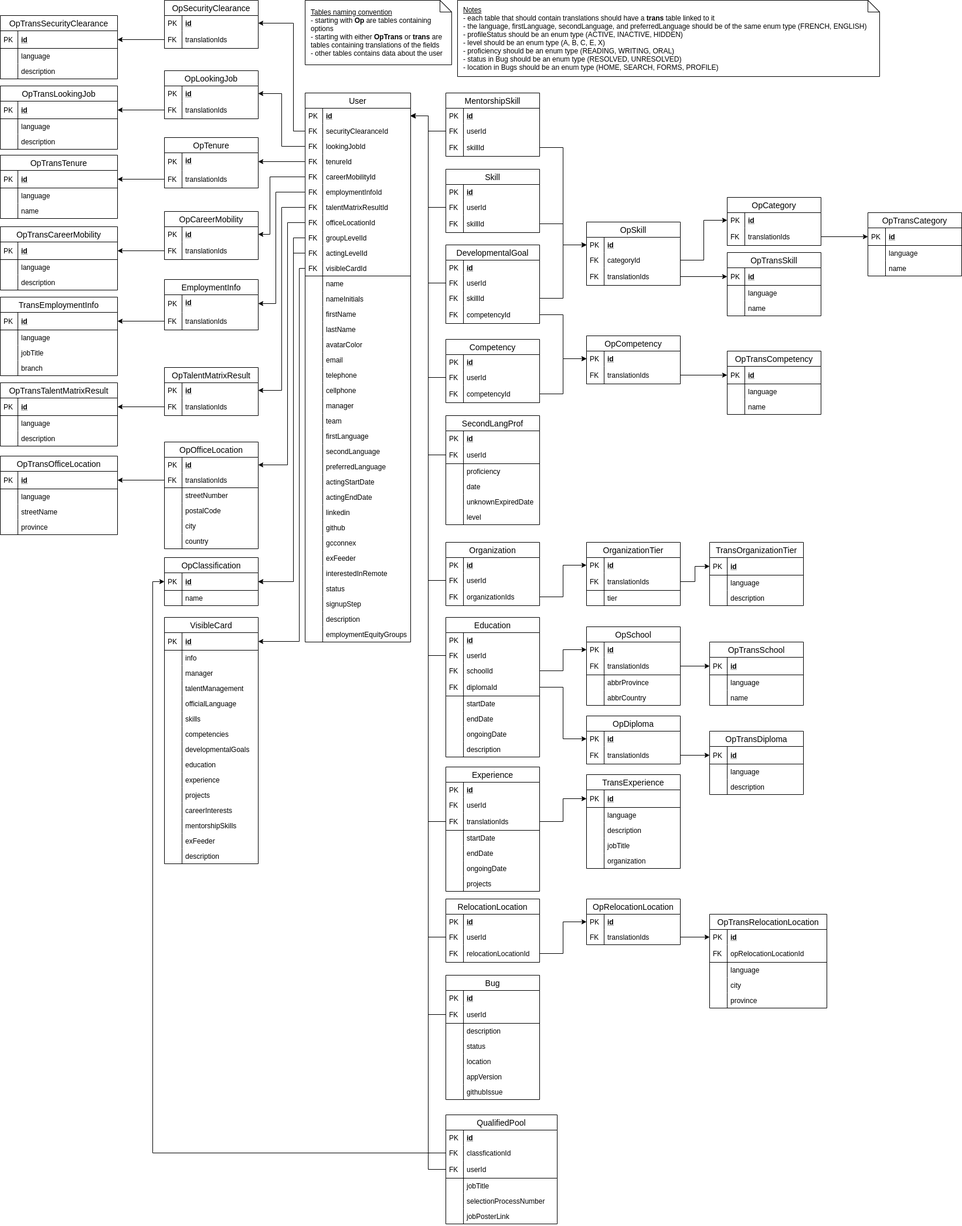
Before: services/backend/src/docs/I-Talent database-v3 Relational Diagram.png, a diagram exported from draw.io (CDH-Studio/I-Talent). Source tidied: cells renumbered, new cells last; positions are measured from the earlier drawing's top-left corner, leaving out a move shared by most shapes.
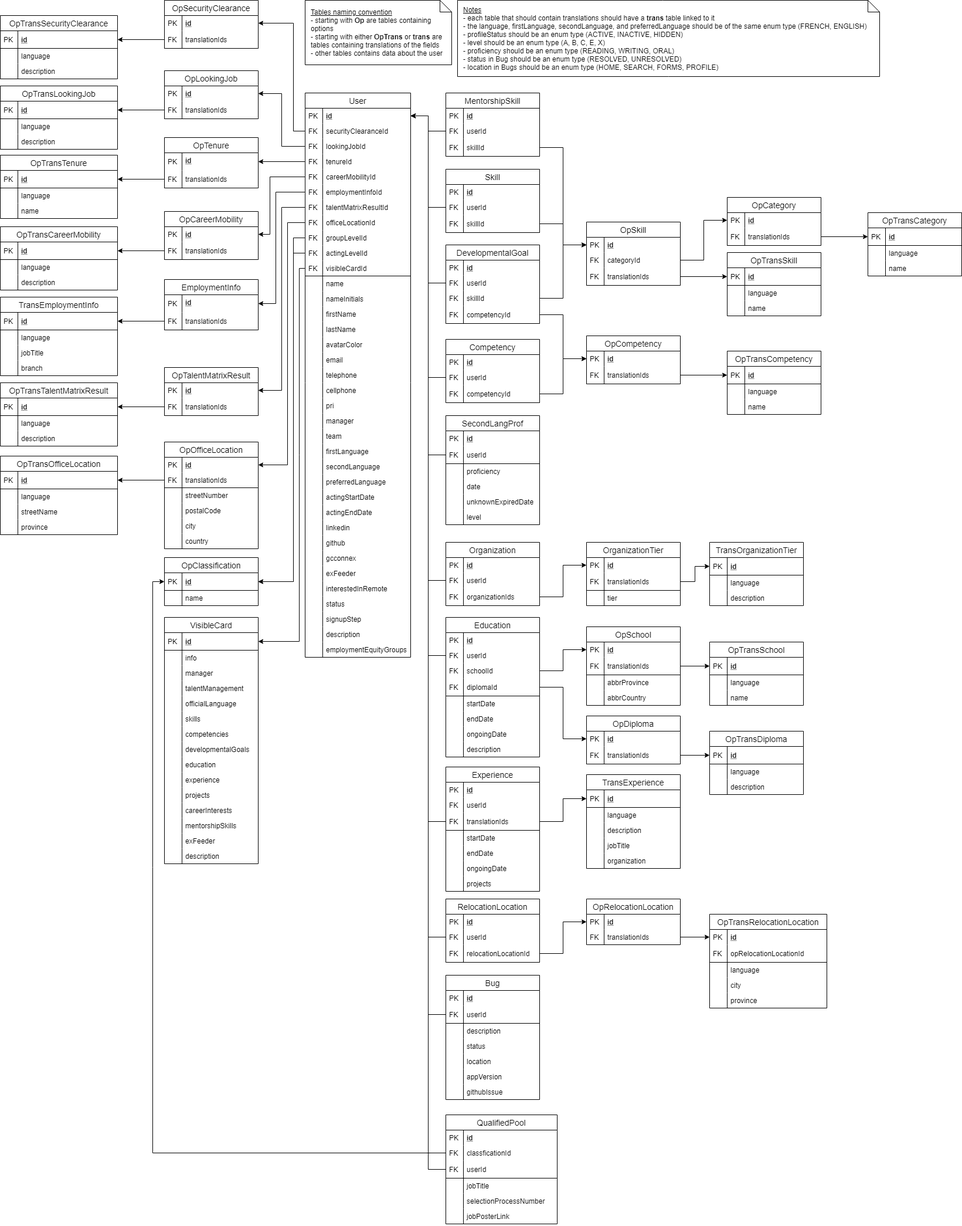
After the commit.

The edit, as a diff of the source:
```diff
@@ -160,7 +160,7 @@
       <mxGeometry relative="1" as="geometry" />
     </mxCell>
     <mxCell id="41" value="User" style="swimlane;fontStyle=0;horizontal=1;startSize=26;align=center;fontSize=14;" parent="1" vertex="1">
-      <mxGeometry x="520" y="158" width="180" height="936" as="geometry" />
+      <mxGeometry x="520" y="158" width="180" height="962" as="geometry" />
     </mxCell>
     <mxCell id="42" value="id" style="shape=partialRectangle;top=0;left=0;right=0;bottom=0;align=left;verticalAlign=top;fillColor=none;spacingLeft=34;spacingRight=4;overflow=hidden;points=[[0,0.5],[1,0.5]];portConstraint=eastwest;fontSize=12;fontStyle=5;" parent="41" vertex="1">
       <mxGeometry y="26" width="180" height="26" as="geometry" />
@@ -276,98 +276,104 @@
     <mxCell id="79" style="shape=partialRectangle;top=0;left=0;bottom=0;fillColor=none;align=left;verticalAlign=top;spacingLeft=4;spacingRight=4;overflow=hidden;fontSize=12;" parent="78" vertex="1">
       <mxGeometry width="30" height="26" as="geometry" />
     </mxCell>
+    <mxCell id="478" value="pri" style="shape=partialRectangle;top=0;left=0;right=0;bottom=0;align=left;verticalAlign=top;fillColor=none;spacingLeft=34;spacingRight=4;overflow=hidden;fontSize=12;" parent="41" vertex="1">
+      <mxGeometry y="520" width="180" height="26" as="geometry" />
+    </mxCell>
+    <mxCell id="479" style="shape=partialRectangle;top=0;left=0;bottom=0;fillColor=none;align=left;verticalAlign=top;spacingLeft=4;spacingRight=4;overflow=hidden;fontSize=12;" parent="478" vertex="1">
+      <mxGeometry width="30" height="26" as="geometry" />
+    </mxCell>
     <mxCell id="80" value="manager" style="shape=partialRectangle;top=0;left=0;right=0;bottom=0;align=left;verticalAlign=top;fillColor=none;spacingLeft=34;spacingRight=4;overflow=hidden;fontSize=12;" parent="41" vertex="1">
-      <mxGeometry y="520" width="180" height="26" as="geometry" />
+      <mxGeometry y="546" width="180" height="26" as="geometry" />
     </mxCell>
     <mxCell id="81" style="shape=partialRectangle;top=0;left=0;bottom=0;fillColor=none;align=left;verticalAlign=top;spacingLeft=4;spacingRight=4;overflow=hidden;fontSize=12;" parent="80" vertex="1">
       <mxGeometry width="30" height="26" as="geometry" />
     </mxCell>
     <mxCell id="82" value="team" style="shape=partialRectangle;top=0;left=0;right=0;bottom=0;align=left;verticalAlign=top;fillColor=none;spacingLeft=34;spacingRight=4;overflow=hidden;fontSize=12;" parent="41" vertex="1">
-      <mxGeometry y="546" width="180" height="26" as="geometry" />
+      <mxGeometry y="572" width="180" height="26" as="geometry" />
     </mxCell>
     <mxCell id="83" style="shape=partialRectangle;top=0;left=0;bottom=0;fillColor=none;align=left;verticalAlign=top;spacingLeft=4;spacingRight=4;overflow=hidden;fontSize=12;" parent="82" vertex="1">
       <mxGeometry width="30" height="26" as="geometry" />
     </mxCell>
     <mxCell id="84" value="firstLanguage" style="shape=partialRectangle;top=0;left=0;right=0;bottom=0;align=left;verticalAlign=top;fillColor=none;spacingLeft=34;spacingRight=4;overflow=hidden;fontSize=12;" parent="41" vertex="1">
-      <mxGeometry y="572" width="180" height="26" as="geometry" />
+      <mxGeometry y="598" width="180" height="26" as="geometry" />
     </mxCell>
     <mxCell id="85" style="shape=partialRectangle;top=0;left=0;bottom=0;fillColor=none;align=left;verticalAlign=top;spacingLeft=4;spacingRight=4;overflow=hidden;fontSize=12;" parent="84" vertex="1">
       <mxGeometry width="30" height="26" as="geometry" />
     </mxCell>
     <mxCell id="86" value="secondLanguage" style="shape=partialRectangle;top=0;left=0;right=0;bottom=0;align=left;verticalAlign=top;fillColor=none;spacingLeft=34;spacingRight=4;overflow=hidden;fontSize=12;" parent="41" vertex="1">
-      <mxGeometry y="598" width="180" height="26" as="geometry" />
+      <mxGeometry y="624" width="180" height="26" as="geometry" />
     </mxCell>
     <mxCell id="87" style="shape=partialRectangle;top=0;left=0;bottom=0;fillColor=none;align=left;verticalAlign=top;spacingLeft=4;spacingRight=4;overflow=hidden;fontSize=12;" parent="86" vertex="1">
       <mxGeometry width="30" height="26" as="geometry" />
     </mxCell>
     <mxCell id="88" value="preferredLanguage" style="shape=partialRectangle;top=0;left=0;right=0;bottom=0;align=left;verticalAlign=top;fillColor=none;spacingLeft=34;spacingRight=4;overflow=hidden;fontSize=12;" parent="41" vertex="1">
-      <mxGeometry y="624" width="180" height="26" as="geometry" />
+      <mxGeometry y="650" width="180" height="26" as="geometry" />
     </mxCell>
     <mxCell id="89" style="shape=partialRectangle;top=0;left=0;bottom=0;fillColor=none;align=left;verticalAlign=top;spacingLeft=4;spacingRight=4;overflow=hidden;fontSize=12;" parent="88" vertex="1">
       <mxGeometry width="30" height="26" as="geometry" />
     </mxCell>
     <mxCell id="90" value="actingStartDate" style="shape=partialRectangle;top=0;left=0;right=0;bottom=0;align=left;verticalAlign=top;fillColor=none;spacingLeft=34;spacingRight=4;overflow=hidden;fontSize=12;" parent="41" vertex="1">
-      <mxGeometry y="650" width="180" height="26" as="geometry" />
+      <mxGeometry y="676" width="180" height="26" as="geometry" />
     </mxCell>
     <mxCell id="91" style="shape=partialRectangle;top=0;left=0;bottom=0;fillColor=none;align=left;verticalAlign=top;spacingLeft=4;spacingRight=4;overflow=hidden;fontSize=12;" parent="90" vertex="1">
       <mxGeometry width="30" height="26" as="geometry" />
     </mxCell>
     <mxCell id="92" value="actingEndDate&#10;" style="shape=partialRectangle;top=0;left=0;right=0;bottom=0;align=left;verticalAlign=top;fillColor=none;spacingLeft=34;spacingRight=4;overflow=hidden;fontSize=12;" parent="41" vertex="1">
-      <mxGeometry y="676" width="180" height="26" as="geometry" />
+      <mxGeometry y="702" width="180" height="26" as="geometry" />
     </mxCell>
     <mxCell id="93" style="shape=partialRectangle;top=0;left=0;bottom=0;fillColor=none;align=left;verticalAlign=top;spacingLeft=4;spacingRight=4;overflow=hidden;fontSize=12;" parent="92" vertex="1">
       <mxGeometry width="30" height="26" as="geometry" />
     </mxCell>
     <mxCell id="94" value="linkedin" style="shape=partialRectangle;top=0;left=0;right=0;bottom=0;align=left;verticalAlign=top;fillColor=none;spacingLeft=34;spacingRight=4;overflow=hidden;fontSize=12;" parent="41" vertex="1">
-      <mxGeometry y="702" width="180" height="26" as="geometry" />
+      <mxGeometry y="728" width="180" height="26" as="geometry" />
     </mxCell>
     <mxCell id="95" style="shape=partialRectangle;top=0;left=0;bottom=0;fillColor=none;align=left;verticalAlign=top;spacingLeft=4;spacingRight=4;overflow=hidden;fontSize=12;" parent="94" vertex="1">
       <mxGeometry width="30" height="26" as="geometry" />
     </mxCell>
     <mxCell id="96" value="github" style="shape=partialRectangle;top=0;left=0;right=0;bottom=0;align=left;verticalAlign=top;fillColor=none;spacingLeft=34;spacingRight=4;overflow=hidden;fontSize=12;" parent="41" vertex="1">
-      <mxGeometry y="728" width="180" height="26" as="geometry" />
+      <mxGeometry y="754" width="180" height="26" as="geometry" />
     </mxCell>
     <mxCell id="97" style="shape=partialRectangle;top=0;left=0;bottom=0;fillColor=none;align=left;verticalAlign=top;spacingLeft=4;spacingRight=4;overflow=hidden;fontSize=12;" parent="96" vertex="1">
       <mxGeometry width="30" height="26" as="geometry" />
     </mxCell>
     <mxCell id="98" value="gcconnex" style="shape=partialRectangle;top=0;left=0;right=0;bottom=0;align=left;verticalAlign=top;fillColor=none;spacingLeft=34;spacingRight=4;overflow=hidden;fontSize=12;" parent="41" vertex="1">
-      <mxGeometry y="754" width="180" height="26" as="geometry" />
+      <mxGeometry y="780" width="180" height="26" as="geometry" />
     </mxCell>
     <mxCell id="99" style="shape=partialRectangle;top=0;left=0;bottom=0;fillColor=none;align=left;verticalAlign=top;spacingLeft=4;spacingRight=4;overflow=hidden;fontSize=12;" parent="98" vertex="1">
       <mxGeometry width="30" height="26" as="geometry" />
     </mxCell>
     <mxCell id="100" value="exFeeder" style="shape=partialRectangle;top=0;left=0;right=0;bottom=0;align=left;verticalAlign=top;fillColor=none;spacingLeft=34;spacingRight=4;overflow=hidden;fontSize=12;" parent="41" vertex="1">
-      <mxGeometry y="780" width="180" height="26" as="geometry" />
+      <mxGeometry y="806" width="180" height="26" as="geometry" />
     </mxCell>
     <mxCell id="101" style="shape=partialRectangle;top=0;left=0;bottom=0;fillColor=none;align=left;verticalAlign=top;spacingLeft=4;spacingRight=4;overflow=hidden;fontSize=12;" parent="100" vertex="1">
       <mxGeometry width="30" height="26" as="geometry" />
     </mxCell>
     <mxCell id="102" value="interestedInRemote" style="shape=partialRectangle;top=0;left=0;right=0;bottom=0;align=left;verticalAlign=top;fillColor=none;spacingLeft=34;spacingRight=4;overflow=hidden;fontSize=12;" parent="41" vertex="1">
-      <mxGeometry y="806" width="180" height="26" as="geometry" />
+      <mxGeometry y="832" width="180" height="26" as="geometry" />
     </mxCell>
     <mxCell id="103" style="shape=partialRectangle;top=0;left=0;bottom=0;fillColor=none;align=left;verticalAlign=top;spacingLeft=4;spacingRight=4;overflow=hidden;fontSize=12;" parent="102" vertex="1">
       <mxGeometry width="30" height="26" as="geometry" />
     </mxCell>
     <mxCell id="104" value="status" style="shape=partialRectangle;top=0;left=0;right=0;bottom=0;align=left;verticalAlign=top;fillColor=none;spacingLeft=34;spacingRight=4;overflow=hidden;fontSize=12;" parent="41" vertex="1">
-      <mxGeometry y="832" width="180" height="26" as="geometry" />
+      <mxGeometry y="858" width="180" height="26" as="geometry" />
     </mxCell>
     <mxCell id="105" style="shape=partialRectangle;top=0;left=0;bottom=0;fillColor=none;align=left;verticalAlign=top;spacingLeft=4;spacingRight=4;overflow=hidden;fontSize=12;" parent="104" vertex="1">
       <mxGeometry width="30" height="26" as="geometry" />
     </mxCell>
     <mxCell id="106" value="signupStep" style="shape=partialRectangle;top=0;left=0;right=0;bottom=0;align=left;verticalAlign=top;fillColor=none;spacingLeft=34;spacingRight=4;overflow=hidden;fontSize=12;" parent="41" vertex="1">
-      <mxGeometry y="858" width="180" height="26" as="geometry" />
+      <mxGeometry y="884" width="180" height="26" as="geometry" />
     </mxCell>
     <mxCell id="107" style="shape=partialRectangle;top=0;left=0;bottom=0;fillColor=none;align=left;verticalAlign=top;spacingLeft=4;spacingRight=4;overflow=hidden;fontSize=12;" parent="106" vertex="1">
       <mxGeometry width="30" height="26" as="geometry" />
     </mxCell>
     <mxCell id="108" value="description" style="shape=partialRectangle;top=0;left=0;right=0;bottom=0;align=left;verticalAlign=top;fillColor=none;spacingLeft=34;spacingRight=4;overflow=hidden;fontSize=12;" parent="41" vertex="1">
-      <mxGeometry y="884" width="180" height="26" as="geometry" />
+      <mxGeometry y="910" width="180" height="26" as="geometry" />
     </mxCell>
     <mxCell id="109" style="shape=partialRectangle;top=0;left=0;bottom=0;fillColor=none;align=left;verticalAlign=top;spacingLeft=4;spacingRight=4;overflow=hidden;fontSize=12;" parent="108" vertex="1">
       <mxGeometry width="30" height="26" as="geometry" />
     </mxCell>
     <mxCell id="110" value="employmentEquityGroups" style="shape=partialRectangle;top=0;left=0;right=0;bottom=0;align=left;verticalAlign=top;fillColor=none;spacingLeft=34;spacingRight=4;overflow=hidden;fontSize=12;" parent="41" vertex="1">
-      <mxGeometry y="910" width="180" height="26" as="geometry" />
+      <mxGeometry y="936" width="180" height="26" as="geometry" />
     </mxCell>
     <mxCell id="111" style="shape=partialRectangle;top=0;left=0;bottom=0;fillColor=none;align=left;verticalAlign=top;spacingLeft=4;spacingRight=4;overflow=hidden;fontSize=12;" parent="110" vertex="1">
       <mxGeometry width="30" height="26" as="geometry" />
```
